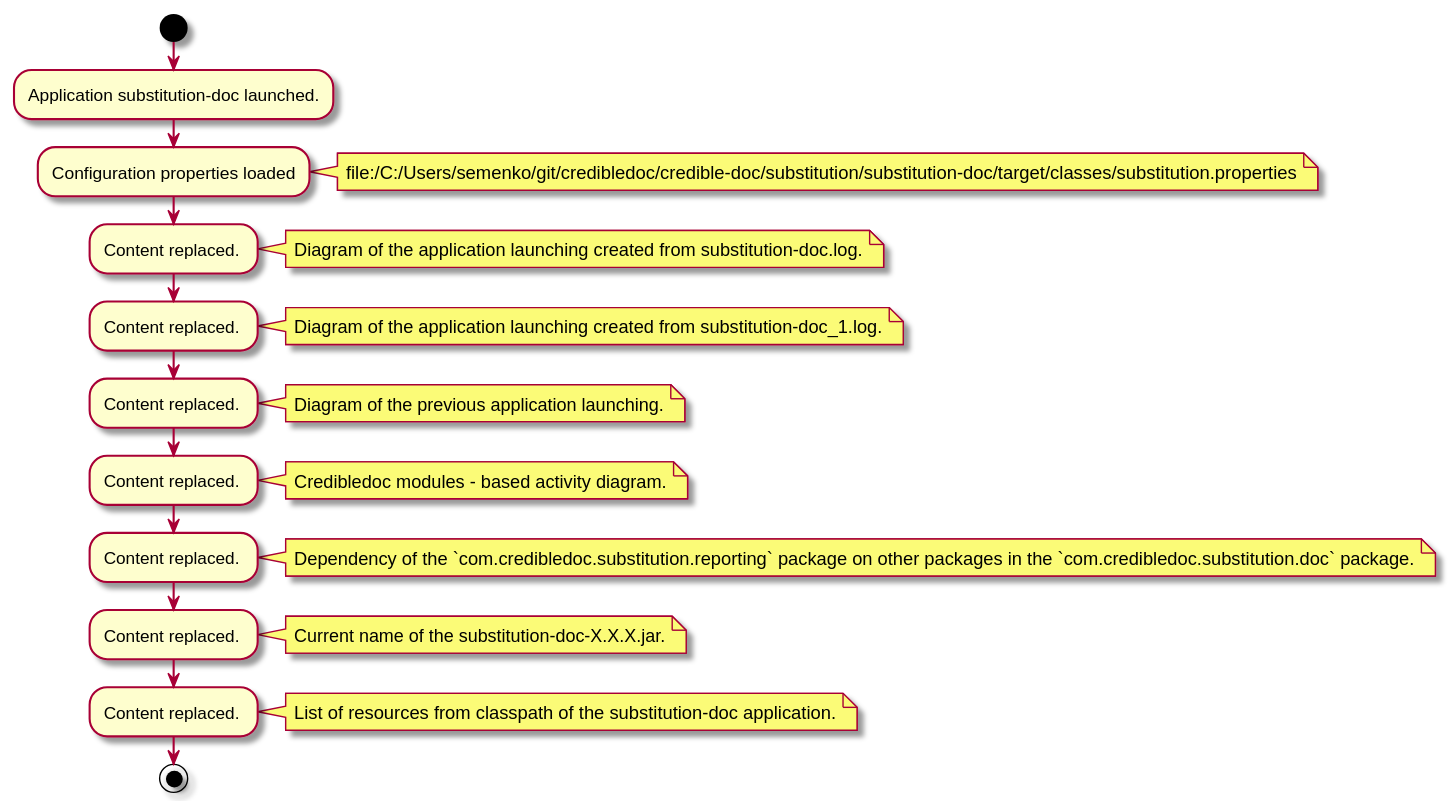
Above: substitution/substitution-doc/doc/img/diagrams.md_2.svg in credibledoc/credible-doc (PlantUML), before the change.
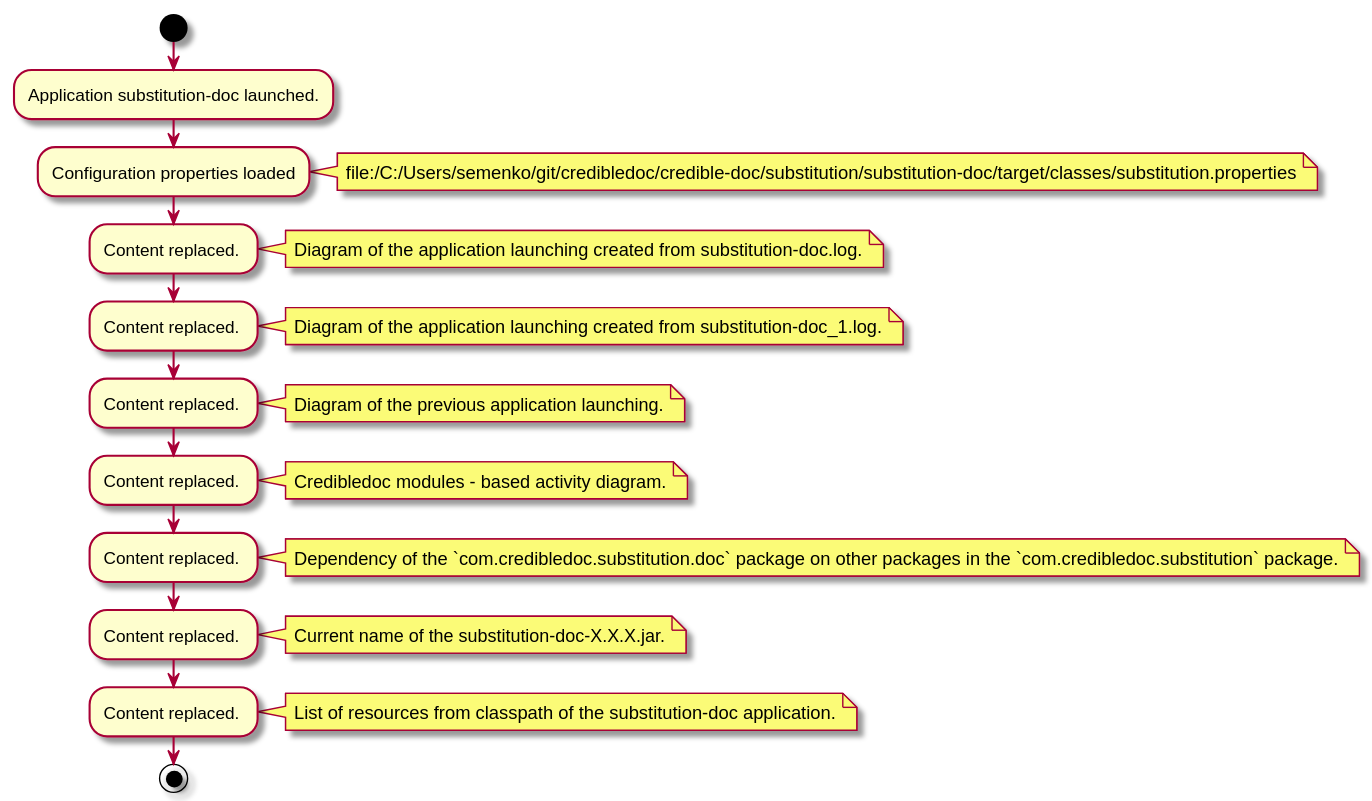
After the change.

Commit message:
Documentation of the 'substitution' modules refactored

Change to the diagram source:
```diff
@@ -29,7 +29,7 @@
 
 :Content replaced. ;
 note right
-Dependency of the `com.credibledoc.substitution.reporting` package on other packages in the `com.credibledoc.substitution.doc` package.
+Dependency of the `com.credibledoc.substitution.doc` package on other packages in the `com.credibledoc.substitution` package.
 end note
 
 :Content replaced. ;
```
